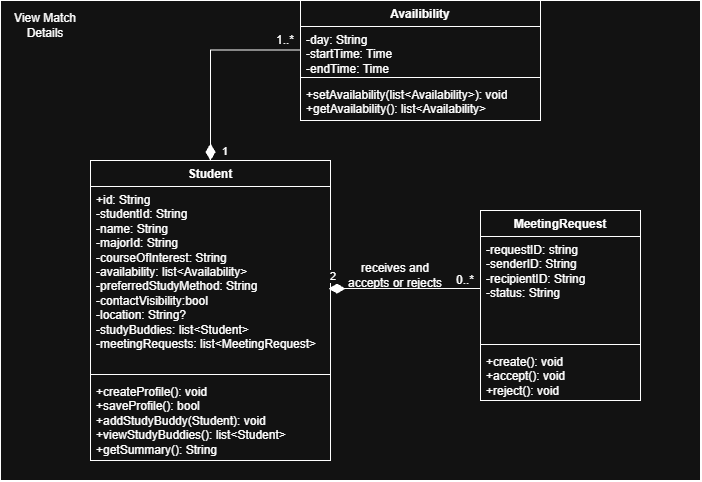
Above: docs/uml/slices/jordan-view-match-details/classes.png in Deismus/Group6Project (draw.io), before the change. Source tidied: cells renumbered, new cells last; positions are measured from the earlier drawing's top-left corner, leaving out a move shared by most shapes. Source of this version:
```xml
<mxGraphModel>
  <root>
    <mxCell id="0" />
    <mxCell id="1" parent="0" />
    <mxCell id="2" style="rounded=0;whiteSpace=wrap;html=1;" parent="1" vertex="1">
      <mxGeometry width="700" height="480" as="geometry" />
    </mxCell>
    <mxCell id="3" value="View Match Details" style="text;html=1;whiteSpace=wrap;strokeColor=none;fillColor=none;align=center;verticalAlign=middle;rounded=0;" parent="1" vertex="1">
      <mxGeometry y="10" width="90" height="30" as="geometry" />
    </mxCell>
    <mxCell id="4" value="Student" style="swimlane;fontStyle=1;align=center;verticalAlign=top;horizontal=1;startSize=26;whiteSpace=wrap;html=1;" parent="1" vertex="1">
      <mxGeometry x="90" y="160" width="240" height="300" as="geometry" />
    </mxCell>
    <mxCell id="5" value="+id: String&lt;div&gt;-studentId: String&lt;/div&gt;&lt;div&gt;-name: String&lt;/div&gt;&lt;div&gt;-majorId: String&lt;/div&gt;&lt;div&gt;-courseOfInterest: String&lt;/div&gt;&lt;div&gt;-availability: list&amp;lt;Availability&amp;gt;&lt;/div&gt;&lt;div&gt;-preferredStudyMethod: String&lt;/div&gt;&lt;div&gt;-contactVisibility:bool&lt;/div&gt;&lt;div&gt;-location: String?&amp;nbsp;&lt;/div&gt;&lt;div&gt;-studyBuddies: list&amp;lt;Student&amp;gt;&lt;/div&gt;&lt;div&gt;-meetingRequests: list&amp;lt;MeetingRequest&amp;gt;&lt;/div&gt;" style="text;strokeColor=none;fillColor=none;align=left;verticalAlign=top;spacingLeft=4;spacingRight=4;overflow=hidden;points=[[0,0.5],[1,0.5]];portConstraint=eastwest;whiteSpace=wrap;html=1;" parent="4" vertex="1">
      <mxGeometry y="26" width="240" height="184" as="geometry" />
    </mxCell>
    <mxCell id="6" style="line;strokeWidth=1;fillColor=none;align=left;verticalAlign=middle;spacingTop=-1;spacingLeft=3;spacingRight=3;labelPosition=right;strokeColor=inherit;" parent="4" vertex="1">
      <mxGeometry y="210" width="240" height="8" as="geometry" />
    </mxCell>
    <mxCell id="7" value="+createProfile(): void&lt;div&gt;+saveProfile(): bool&lt;/div&gt;&lt;div&gt;+addStudyBuddy(Student): void&lt;/div&gt;&lt;div&gt;+viewStudyBuddies(): list&amp;lt;Student&amp;gt;&lt;/div&gt;&lt;div&gt;+getSummary(): String&lt;/div&gt;" style="text;strokeColor=none;fillColor=none;align=left;verticalAlign=top;spacingLeft=4;spacingRight=4;overflow=hidden;whiteSpace=wrap;html=1;" parent="4" vertex="1">
      <mxGeometry y="218" width="240" height="82" as="geometry" />
    </mxCell>
    <mxCell id="8" value="MeetingRequest" style="swimlane;fontStyle=1;align=center;verticalAlign=top;horizontal=1;startSize=26;whiteSpace=wrap;html=1;" parent="1" vertex="1">
      <mxGeometry x="480" y="210" width="160" height="190" as="geometry" />
    </mxCell>
    <mxCell id="9" value="-requestID: string&lt;div&gt;-senderID: String&lt;/div&gt;&lt;div&gt;-recipientID: String&lt;/div&gt;&lt;div&gt;-status: String&lt;/div&gt;" style="text;strokeColor=none;fillColor=none;align=left;verticalAlign=top;spacingLeft=4;spacingRight=4;overflow=hidden;points=[[0,0.5],[1,0.5]];portConstraint=eastwest;whiteSpace=wrap;html=1;" parent="8" vertex="1">
      <mxGeometry y="26" width="160" height="104" as="geometry" />
    </mxCell>
    <mxCell id="10" style="line;strokeWidth=1;fillColor=none;align=left;verticalAlign=middle;spacingTop=-1;spacingLeft=3;spacingRight=3;labelPosition=right;strokeColor=inherit;" parent="8" vertex="1">
      <mxGeometry y="130" width="160" height="8" as="geometry" />
    </mxCell>
    <mxCell id="11" value="+create(): void&lt;div&gt;+accept(): void&lt;/div&gt;&lt;div&gt;+reject(): void&lt;/div&gt;" style="text;strokeColor=none;fillColor=none;align=left;verticalAlign=top;spacingLeft=4;spacingRight=4;overflow=hidden;whiteSpace=wrap;html=1;" parent="8" vertex="1">
      <mxGeometry y="138" width="160" height="52" as="geometry" />
    </mxCell>
    <mxCell id="12" value="Availibility" style="swimlane;fontStyle=1;align=center;verticalAlign=top;horizontal=1;startSize=26;whiteSpace=wrap;html=1;" parent="1" vertex="1">
      <mxGeometry x="300" width="240" height="120" as="geometry" />
    </mxCell>
    <mxCell id="13" value="-day: String&lt;div&gt;-startTime: Time&lt;/div&gt;&lt;div&gt;-endTime: Time&lt;/div&gt;" style="text;strokeColor=none;fillColor=none;align=left;verticalAlign=top;spacingLeft=4;spacingRight=4;overflow=hidden;points=[[0,0.5],[1,0.5]];portConstraint=eastwest;whiteSpace=wrap;html=1;" parent="12" vertex="1">
      <mxGeometry y="26" width="240" height="47" as="geometry" />
    </mxCell>
    <mxCell id="14" style="line;strokeWidth=1;align=left;verticalAlign=middle;spacingTop=-1;spacingLeft=3;spacingRight=3;labelPosition=right;" parent="12" vertex="1">
      <mxGeometry y="73" width="240" height="8" as="geometry" />
    </mxCell>
    <mxCell id="15" value="+setAvailability(list&amp;lt;Availability&amp;gt;): void&lt;div&gt;+getAvailability(): list&amp;lt;Availability&amp;gt;&lt;/div&gt;" style="text;strokeColor=none;fillColor=none;align=left;verticalAlign=top;spacingLeft=4;spacingRight=4;overflow=hidden;whiteSpace=wrap;html=1;" parent="12" vertex="1">
      <mxGeometry y="81" width="240" height="39" as="geometry" />
    </mxCell>
    <mxCell id="16" value="2" style="endArrow=none;html=1;endSize=12;startArrow=diamondThin;startSize=14;startFill=1;edgeStyle=orthogonalEdgeStyle;align=left;verticalAlign=bottom;rounded=0;exitX=0.992;exitY=0.555;exitDx=0;exitDy=0;exitPerimeter=0;entryX=0;entryY=0.5;entryDx=0;entryDy=0;endFill=0;" parent="1" edge="1" source="5" target="9">
      <mxGeometry x="-1" y="3" relative="1" as="geometry" />
    </mxCell>
    <mxCell id="17" value="0..*" style="text;html=1;whiteSpace=wrap;strokeColor=none;fillColor=none;align=center;verticalAlign=middle;rounded=0;" parent="1" vertex="1">
      <mxGeometry x="450" y="270" width="30" height="20" as="geometry" />
    </mxCell>
    <mxCell id="18" value="1" style="endArrow=none;html=1;endSize=12;startArrow=diamondThin;startSize=14;startFill=1;edgeStyle=orthogonalEdgeStyle;align=left;verticalAlign=bottom;rounded=0;exitX=0.5;exitY=0;exitDx=0;exitDy=0;entryX=0;entryY=0.5;entryDx=0;entryDy=0;endFill=0;" parent="1" edge="1" source="4" target="13">
      <mxGeometry x="-1" y="-10" relative="1" as="geometry" />
    </mxCell>
    <mxCell id="19" value="1..*" style="text;html=1;whiteSpace=wrap;strokeColor=none;fillColor=none;align=center;verticalAlign=middle;rounded=0;" parent="1" vertex="1">
      <mxGeometry x="270" y="30" width="30" height="20" as="geometry" />
    </mxCell>
    <mxCell id="20" value="receives and accepts or rejects" style="text;html=1;whiteSpace=wrap;strokeColor=none;fillColor=none;align=center;verticalAlign=middle;rounded=0;" parent="1" vertex="1">
      <mxGeometry x="340" y="260" width="110" height="30" as="geometry" />
    </mxCell>
  </root>
</mxGraphModel>
```
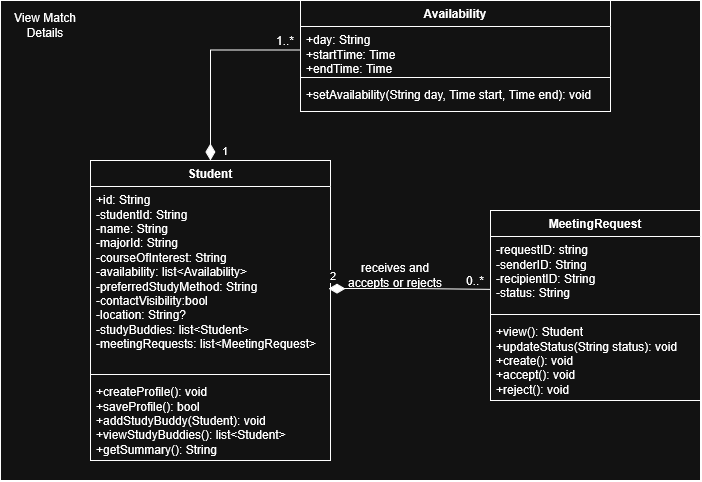
Later version of the same file.

Diff of the diagram source:
```diff
@@ -21,34 +21,34 @@
       <mxGeometry y="218" width="240" height="82" as="geometry" />
     </mxCell>
     <mxCell id="8" value="MeetingRequest" style="swimlane;fontStyle=1;align=center;verticalAlign=top;horizontal=1;startSize=26;whiteSpace=wrap;html=1;" parent="1" vertex="1">
-      <mxGeometry x="480" y="210" width="160" height="190" as="geometry" />
+      <mxGeometry x="490" y="210" width="210" height="190" as="geometry" />
     </mxCell>
     <mxCell id="9" value="-requestID: string&lt;div&gt;-senderID: String&lt;/div&gt;&lt;div&gt;-recipientID: String&lt;/div&gt;&lt;div&gt;-status: String&lt;/div&gt;" style="text;strokeColor=none;fillColor=none;align=left;verticalAlign=top;spacingLeft=4;spacingRight=4;overflow=hidden;points=[[0,0.5],[1,0.5]];portConstraint=eastwest;whiteSpace=wrap;html=1;" parent="8" vertex="1">
-      <mxGeometry y="26" width="160" height="104" as="geometry" />
+      <mxGeometry y="26" width="210" height="74" as="geometry" />
     </mxCell>
     <mxCell id="10" style="line;strokeWidth=1;fillColor=none;align=left;verticalAlign=middle;spacingTop=-1;spacingLeft=3;spacingRight=3;labelPosition=right;strokeColor=inherit;" parent="8" vertex="1">
-      <mxGeometry y="130" width="160" height="8" as="geometry" />
+      <mxGeometry y="100" width="210" height="8" as="geometry" />
     </mxCell>
-    <mxCell id="11" value="+create(): void&lt;div&gt;+accept(): void&lt;/div&gt;&lt;div&gt;+reject(): void&lt;/div&gt;" style="text;strokeColor=none;fillColor=none;align=left;verticalAlign=top;spacingLeft=4;spacingRight=4;overflow=hidden;whiteSpace=wrap;html=1;" parent="8" vertex="1">
-      <mxGeometry y="138" width="160" height="52" as="geometry" />
+    <mxCell id="11" value="&lt;div&gt;+view(): Student&lt;/div&gt;&lt;div&gt;+updateStatus(String status): void&lt;/div&gt;&lt;div&gt;+create(): void&lt;/div&gt;&lt;div&gt;+accept(): void&lt;/div&gt;&lt;div&gt;+reject(): void&lt;/div&gt;" style="text;strokeColor=none;fillColor=none;align=left;verticalAlign=top;spacingLeft=4;spacingRight=4;overflow=hidden;whiteSpace=wrap;html=1;" parent="8" vertex="1">
+      <mxGeometry y="108" width="210" height="82" as="geometry" />
     </mxCell>
-    <mxCell id="12" value="Availibility" style="swimlane;fontStyle=1;align=center;verticalAlign=top;horizontal=1;startSize=26;whiteSpace=wrap;html=1;" parent="1" vertex="1">
-      <mxGeometry x="300" width="240" height="120" as="geometry" />
+    <mxCell id="12" value="Availability" style="swimlane;fontStyle=1;align=center;verticalAlign=top;horizontal=1;startSize=26;whiteSpace=wrap;html=1;" parent="1" vertex="1">
+      <mxGeometry x="300" width="310" height="111" as="geometry" />
     </mxCell>
-    <mxCell id="13" value="-day: String&lt;div&gt;-startTime: Time&lt;/div&gt;&lt;div&gt;-endTime: Time&lt;/div&gt;" style="text;strokeColor=none;fillColor=none;align=left;verticalAlign=top;spacingLeft=4;spacingRight=4;overflow=hidden;points=[[0,0.5],[1,0.5]];portConstraint=eastwest;whiteSpace=wrap;html=1;" parent="12" vertex="1">
-      <mxGeometry y="26" width="240" height="47" as="geometry" />
+    <mxCell id="13" value="+day: String&lt;div&gt;+startTime: Time&lt;/div&gt;&lt;div&gt;+endTime: Time&lt;/div&gt;" style="text;strokeColor=none;fillColor=none;align=left;verticalAlign=top;spacingLeft=4;spacingRight=4;overflow=hidden;points=[[0,0.5],[1,0.5]];portConstraint=eastwest;whiteSpace=wrap;html=1;" parent="12" vertex="1">
+      <mxGeometry y="26" width="310" height="47" as="geometry" />
     </mxCell>
     <mxCell id="14" style="line;strokeWidth=1;align=left;verticalAlign=middle;spacingTop=-1;spacingLeft=3;spacingRight=3;labelPosition=right;" parent="12" vertex="1">
-      <mxGeometry y="73" width="240" height="8" as="geometry" />
+      <mxGeometry y="73" width="310" height="8" as="geometry" />
     </mxCell>
-    <mxCell id="15" value="+setAvailability(list&amp;lt;Availability&amp;gt;): void&lt;div&gt;+getAvailability(): list&amp;lt;Availability&amp;gt;&lt;/div&gt;" style="text;strokeColor=none;fillColor=none;align=left;verticalAlign=top;spacingLeft=4;spacingRight=4;overflow=hidden;whiteSpace=wrap;html=1;" parent="12" vertex="1">
-      <mxGeometry y="81" width="240" height="39" as="geometry" />
+    <mxCell id="15" value="+setAvailability(String day, Time start, Time end): void" style="text;strokeColor=none;fillColor=none;align=left;verticalAlign=top;spacingLeft=4;spacingRight=4;overflow=hidden;whiteSpace=wrap;html=1;" parent="12" vertex="1">
+      <mxGeometry y="81" width="310" height="30" as="geometry" />
     </mxCell>
-    <mxCell id="16" value="2" style="endArrow=none;html=1;endSize=12;startArrow=diamondThin;startSize=14;startFill=1;edgeStyle=orthogonalEdgeStyle;align=left;verticalAlign=bottom;rounded=0;exitX=0.992;exitY=0.555;exitDx=0;exitDy=0;exitPerimeter=0;entryX=0;entryY=0.5;entryDx=0;entryDy=0;endFill=0;" parent="1" edge="1" source="5" target="9">
+    <mxCell id="16" value="2" style="endArrow=none;html=1;endSize=12;startArrow=diamondThin;startSize=14;startFill=1;edgeStyle=orthogonalEdgeStyle;align=left;verticalAlign=bottom;rounded=0;exitX=0.992;exitY=0.555;exitDx=0;exitDy=0;exitPerimeter=0;entryX=0.003;entryY=0.716;entryDx=0;entryDy=0;endFill=0;entryPerimeter=0;" parent="1" edge="1" source="5" target="9">
       <mxGeometry x="-1" y="3" relative="1" as="geometry" />
     </mxCell>
     <mxCell id="17" value="0..*" style="text;html=1;whiteSpace=wrap;strokeColor=none;fillColor=none;align=center;verticalAlign=middle;rounded=0;" parent="1" vertex="1">
-      <mxGeometry x="450" y="270" width="30" height="20" as="geometry" />
+      <mxGeometry x="460" y="270" width="30" height="20" as="geometry" />
     </mxCell>
     <mxCell id="18" value="1" style="endArrow=none;html=1;endSize=12;startArrow=diamondThin;startSize=14;startFill=1;edgeStyle=orthogonalEdgeStyle;align=left;verticalAlign=bottom;rounded=0;exitX=0.5;exitY=0;exitDx=0;exitDy=0;entryX=0;entryY=0.5;entryDx=0;entryDy=0;endFill=0;" parent="1" edge="1" source="4" target="13">
       <mxGeometry x="-1" y="-10" relative="1" as="geometry" />
```
